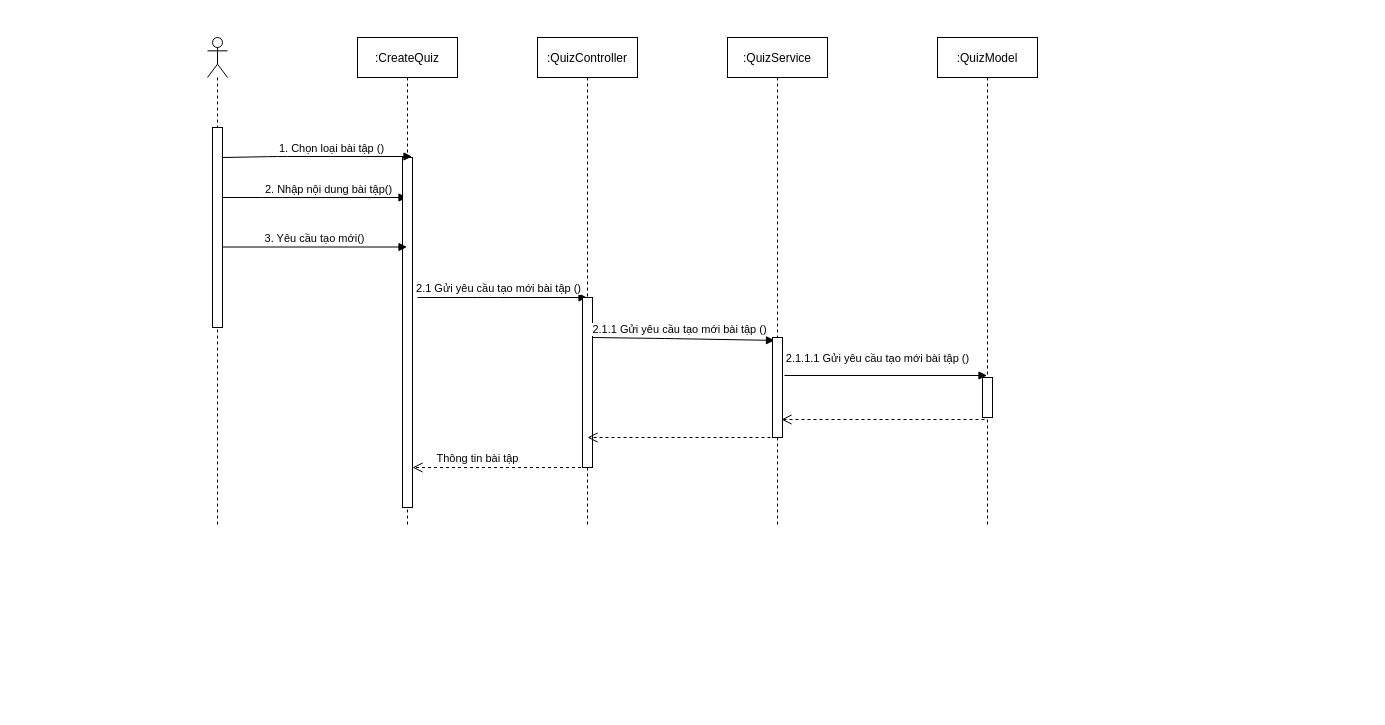
Before: page "Page-1" (1 of 11) of src/Untitled Diagram.drawio in Thuong911/vietStudy, a draw.io diagram. Source tidied: cells renumbered, new cells numbered last; positions are measured from the earlier drawing's top-left corner, leaving out a move shared by most shapes. Both pictures are drawn from the tidied source at 100%, with x=0, y=0 at pixel (207, 37).
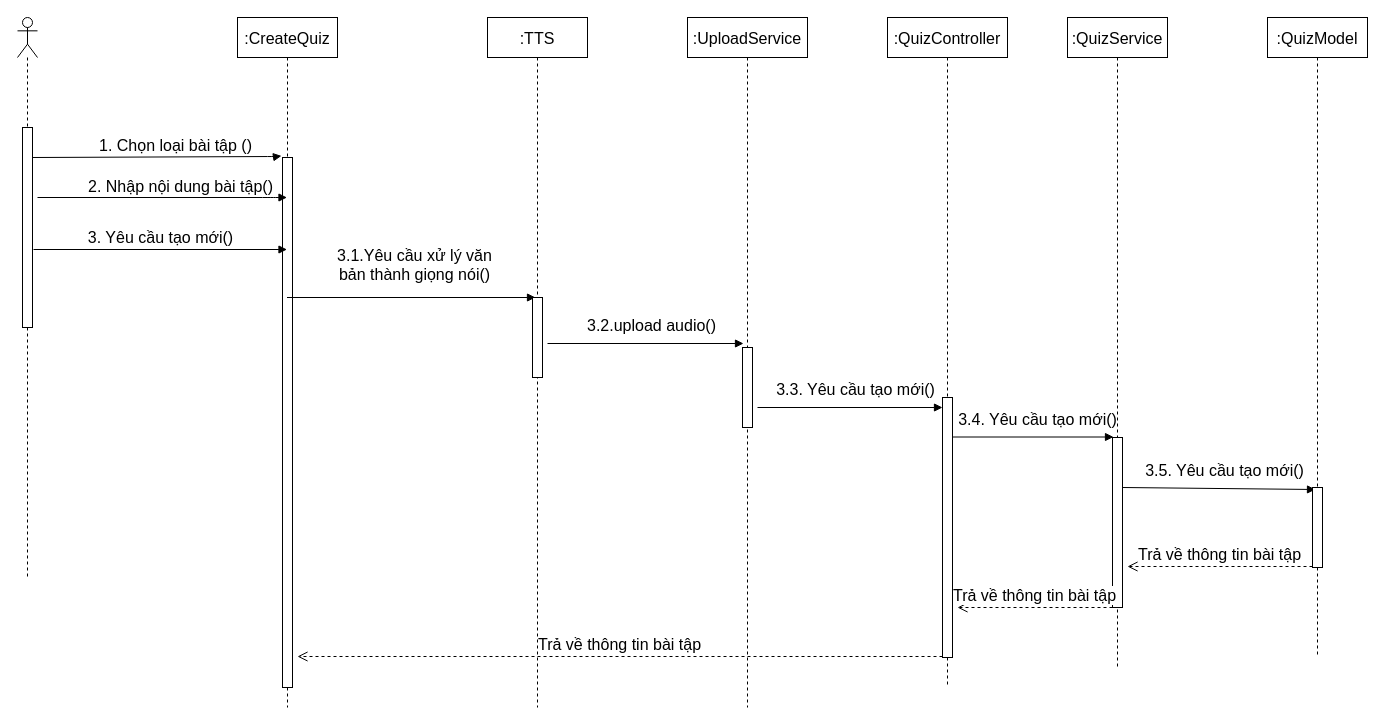
The same diagram, later.

The edit, as a diff of the source:
```diff
@@
-    <mxCell id="2" value=":CreateQuiz" style="shape=umlLifeline;perimeter=lifelinePerimeter;rounded=0;shadow=0;strokeWidth=1;" parent="1" vertex="1">
-      <mxGeometry x="150" width="100" height="490" as="geometry" />
+    <mxCell id="2" value=":CreateQuiz" style="shape=umlLifeline;perimeter=lifelinePerimeter;rounded=0;shadow=0;strokeWidth=1;fontSize=16;" parent="1" vertex="1">
+      <mxGeometry x="30" y="-20" width="100" height="690" as="geometry" />
     </mxCell>
+    <mxCell id="9" style="html=1;points=[];perimeter=orthogonalPerimeter;fontSize=16;" parent="2" vertex="1">
+      <mxGeometry x="45" y="140" width="10" height="530" as="geometry" />
+    </mxCell>
-    <mxCell id="3" value=":QuizController" style="shape=umlLifeline;perimeter=lifelinePerimeter;rounded=0;shadow=0;strokeWidth=1;" parent="1" vertex="1">
-      <mxGeometry x="330" width="100" height="490" as="geometry" />
+    <mxCell id="3" value=":QuizController" style="shape=umlLifeline;perimeter=lifelinePerimeter;rounded=0;shadow=0;strokeWidth=1;fontSize=16;" parent="1" vertex="1">
+      <mxGeometry x="680" y="-20" width="120" height="670" as="geometry" />
     </mxCell>
-    <mxCell id="4" value=":QuizService" style="shape=umlLifeline;perimeter=lifelinePerimeter;rounded=0;shadow=0;strokeWidth=1;" parent="1" vertex="1">
-      <mxGeometry x="520" width="100" height="490" as="geometry" />
+    <mxCell id="4" value=":QuizService" style="shape=umlLifeline;perimeter=lifelinePerimeter;rounded=0;shadow=0;strokeWidth=1;fontSize=16;" parent="1" vertex="1">
+      <mxGeometry x="860" y="-20" width="100" height="650" as="geometry" />
     </mxCell>
-    <mxCell id="5" value=":QuizModel" style="shape=umlLifeline;perimeter=lifelinePerimeter;rounded=0;shadow=0;strokeWidth=1;" parent="1" vertex="1">
-      <mxGeometry x="730" width="100" height="490" as="geometry" />
+    <mxCell id="5" value=":QuizModel" style="shape=umlLifeline;perimeter=lifelinePerimeter;rounded=0;shadow=0;strokeWidth=1;fontSize=16;" parent="1" vertex="1">
+      <mxGeometry x="1060" y="-20" width="100" height="640" as="geometry" />
     </mxCell>
-    <mxCell id="6" style="shape=umlLifeline;participant=umlActor;perimeter=lifelinePerimeter;whiteSpace=wrap;html=1;verticalAlign=top;spacingTop=36;" parent="1" vertex="1">
-      <mxGeometry width="20" height="490" as="geometry" />
+    <mxCell id="6" style="shape=umlLifeline;participant=umlActor;perimeter=lifelinePerimeter;whiteSpace=wrap;html=1;verticalAlign=top;spacingTop=36;fontSize=16;" parent="1" vertex="1">
+      <mxGeometry x="-190" y="-20" width="20" height="560" as="geometry" />
     </mxCell>
-    <mxCell id="7" style="html=1;points=[];perimeter=orthogonalPerimeter;" parent="1" vertex="1">
-      <mxGeometry x="5" y="90" width="10" height="200" as="geometry" />
+    <mxCell id="7" style="html=1;points=[];perimeter=orthogonalPerimeter;fontSize=16;" parent="1" vertex="1">
+      <mxGeometry x="-185" y="90" width="10" height="200" as="geometry" />
     </mxCell>
-    <mxCell id="8" value="2. Nhập nội dung bài tập()" style="html=1;verticalAlign=bottom;endArrow=block;" parent="1" edge="1" target="2">
+    <mxCell id="8" value="2. Nhập nội dung bài tập()" style="html=1;verticalAlign=bottom;endArrow=block;fontSize=16;" parent="1" edge="1" target="2">
       <mxGeometry x="0.15" y="-1" relative="1" as="geometry">
-        <mxPoint x="15" y="160" as="sourcePoint" />
+        <mxPoint x="-170" y="160" as="sourcePoint" />
         <Array as="points">
           <mxPoint x="65" y="160" />
         </Array>
       </mxGeometry>
     </mxCell>
-    <mxCell id="9" style="html=1;points=[];perimeter=orthogonalPerimeter;" parent="1" vertex="1">
-      <mxGeometry x="195" y="120" width="10" height="350" as="geometry" />
-    </mxCell>
-    <mxCell id="10" value="2.1 Gửi yêu cầu tạo mới bài tập ()" style="html=1;verticalAlign=bottom;endArrow=block;" parent="1" edge="1" target="3">
-      <mxGeometry x="-0.04" relative="1" as="geometry">
-        <mxPoint x="210" y="260" as="sourcePoint" />
-        <Array as="points">
-          <mxPoint x="280" y="260" />
-        </Array>
-      </mxGeometry>
-    </mxCell>
-    <mxCell id="11" value="3. Yêu cầu tạo mới()" style="html=1;verticalAlign=bottom;endArrow=block;" parent="1" edge="1" target="2">
-      <mxGeometry relative="1" as="geometry">
-        <mxPoint x="15" y="209.5" as="sourcePoint" />
-      </mxGeometry>
+    <mxCell id="11" value="3. Yêu cầu tạo mới()" style="html=1;verticalAlign=bottom;endArrow=block;exitX=1.1;exitY=0.61;exitDx=0;exitDy=0;exitPerimeter=0;fontSize=16;" parent="1" edge="1" source="7" target="2">
+      <mxGeometry relative="1" as="geometry" />
     </mxCell>
-    <mxCell id="12" style="html=1;perimeter=orthogonalPerimeter;" parent="1" vertex="1">
-      <mxGeometry x="375" y="260" width="10" height="170" as="geometry" />
-    </mxCell>
-    <mxCell id="13" value="2.1.1 Gửi yêu cầu tạo mới bài tập ()" style="html=1;verticalAlign=bottom;endArrow=block;exitX=1.3;exitY=0.66;exitDx=0;exitDy=0;exitPerimeter=0;entryX=0.2;entryY=0.029;entryDx=0;entryDy=0;entryPerimeter=0;" parent="1" edge="1" target="14">
-      <mxGeometry x="-0.04" relative="1" as="geometry">
-        <mxPoint x="385" y="300" as="sourcePoint" />
-        <Array as="points">
-          <mxPoint x="457" y="301" />
-        </Array>
-      </mxGeometry>
-    </mxCell>
-    <mxCell id="14" style="html=1;points=[];perimeter=orthogonalPerimeter;" parent="1" vertex="1">
-      <mxGeometry x="565" y="300" width="10" height="100" as="geometry" />
-    </mxCell>
-    <mxCell id="15" value="2.1.1.1 Gửi yêu cầu tạo mới bài tập ()" style="html=1;verticalAlign=bottom;endArrow=block;" parent="1" edge="1" target="5">
-      <mxGeometry x="-0.08" y="8" relative="1" as="geometry">
-        <mxPoint x="577" y="338" as="sourcePoint" />
-      </mxGeometry>
-    </mxCell>
-    <mxCell id="16" style="html=1;points=[];perimeter=orthogonalPerimeter;" parent="1" vertex="1">
-      <mxGeometry x="775" y="340" width="10" height="40" as="geometry" />
-    </mxCell>
-    <mxCell id="17" style="html=1;verticalAlign=bottom;endArrow=open;dashed=1;endSize=8;exitX=0.2;exitY=1.05;exitDx=0;exitDy=0;exitPerimeter=0;entryX=0.9;entryY=0.82;entryDx=0;entryDy=0;entryPerimeter=0;" parent="1" edge="1" source="16" target="14">
-      <mxGeometry x="-0.04" y="-12" relative="1" as="geometry" />
-    </mxCell>
-    <mxCell id="18" style="html=1;verticalAlign=bottom;endArrow=open;dashed=1;endSize=8;exitX=0.2;exitY=1.05;exitDx=0;exitDy=0;exitPerimeter=0;" parent="1" edge="1">
-      <mxGeometry x="-0.04" y="-12" relative="1" as="geometry">
-        <mxPoint x="575" y="400" as="sourcePoint" />
-        <mxPoint x="380" y="400" as="targetPoint" />
-      </mxGeometry>
-    </mxCell>
-    <mxCell id="19" value="Thông tin bài tập" style="html=1;verticalAlign=bottom;endArrow=open;dashed=1;endSize=8;" parent="1" edge="1" source="3">
-      <mxGeometry x="0.26" relative="1" as="geometry">
-        <mxPoint x="205" y="430" as="targetPoint" />
-      </mxGeometry>
-    </mxCell>
-    <mxCell id="20" value="1. Chọn loại bài tập ()" style="html=1;verticalAlign=bottom;endArrow=block;exitX=1;exitY=0.15;exitDx=0;exitDy=0;exitPerimeter=0;" parent="1" edge="1" source="7">
+    <mxCell id="20" value="1. Chọn loại bài tập ()" style="html=1;verticalAlign=bottom;endArrow=block;exitX=1;exitY=0.15;exitDx=0;exitDy=0;exitPerimeter=0;entryX=-0.1;entryY=-0.003;entryDx=0;entryDy=0;entryPerimeter=0;fontSize=16;" parent="1" edge="1" source="7" target="9">
       <mxGeometry x="0.15" y="-1" relative="1" as="geometry">
-        <mxPoint x="204.5" y="119" as="targetPoint" />
         <Array as="points">
           <mxPoint x="70" y="119" />
         </Array>
       </mxGeometry>
     </mxCell>
+    <mxCell id="21" value=":TTS" style="shape=umlLifeline;perimeter=lifelinePerimeter;rounded=0;shadow=0;strokeWidth=1;fontSize=16;" parent="1" vertex="1">
+      <mxGeometry x="280" y="-20" width="100" height="690" as="geometry" />
+    </mxCell>
+    <mxCell id="22" value=":UploadService" style="shape=umlLifeline;perimeter=lifelinePerimeter;rounded=0;shadow=0;strokeWidth=1;fontSize=16;" parent="1" vertex="1">
+      <mxGeometry x="480" y="-20" width="120" height="690" as="geometry" />
+    </mxCell>
+    <mxCell id="23" value="3.1.Yêu cầu xử lý văn &lt;br&gt;bản thành giọng nói()" style="html=1;verticalAlign=bottom;endArrow=block;entryX=0.3;entryY=0;entryDx=0;entryDy=0;entryPerimeter=0;fontSize=16;" parent="1" edge="1" source="2" target="24">
+      <mxGeometry x="0.02" y="11" relative="1" as="geometry" />
+    </mxCell>
+    <mxCell id="24" style="html=1;points=[];perimeter=orthogonalPerimeter;fontSize=16;" parent="1" vertex="1">
+      <mxGeometry x="325" y="260" width="10" height="80" as="geometry" />
+    </mxCell>
+    <mxCell id="25" value="3.2.upload audio()" style="html=1;verticalAlign=bottom;endArrow=block;fontSize=16;entryX=0.1;entryY=-0.05;entryDx=0;entryDy=0;entryPerimeter=0;" parent="1" edge="1" target="26">
+      <mxGeometry x="0.06" y="6" relative="1" as="geometry">
+        <mxPoint x="340" y="306" as="sourcePoint" />
+      </mxGeometry>
+    </mxCell>
+    <mxCell id="26" style="html=1;points=[];perimeter=orthogonalPerimeter;fontSize=16;" parent="1" vertex="1">
+      <mxGeometry x="535" y="310" width="10" height="80" as="geometry" />
+    </mxCell>
+    <mxCell id="27" value="3.3. Yêu cầu tạo mới()" style="html=1;verticalAlign=bottom;endArrow=block;fontSize=16;" parent="1" edge="1" target="28">
+      <mxGeometry x="0.06" y="6" relative="1" as="geometry">
+        <mxPoint x="550" y="370" as="sourcePoint" />
+      </mxGeometry>
+    </mxCell>
+    <mxCell id="28" style="html=1;points=[];perimeter=orthogonalPerimeter;fontSize=16;" parent="1" vertex="1">
+      <mxGeometry x="735" y="360" width="10" height="260" as="geometry" />
+    </mxCell>
+    <mxCell id="29" value="3.4. Yêu cầu tạo mới()" style="html=1;verticalAlign=bottom;endArrow=block;fontSize=16;entryX=0.1;entryY=-0.05;entryDx=0;entryDy=0;entryPerimeter=0;" parent="1" edge="1">
+      <mxGeometry x="0.06" y="6" relative="1" as="geometry">
+        <mxPoint x="745" y="399.5" as="sourcePoint" />
+        <mxPoint x="906" y="399.5" as="targetPoint" />
+      </mxGeometry>
+    </mxCell>
+    <mxCell id="30" style="html=1;perimeter=orthogonalPerimeter;fontSize=16;" parent="1" vertex="1">
+      <mxGeometry x="905" y="400" width="10" height="170" as="geometry" />
+    </mxCell>
+    <mxCell id="31" value="3.5. Yêu cầu tạo mới()" style="html=1;verticalAlign=bottom;endArrow=block;fontSize=16;entryX=0.3;entryY=0.025;entryDx=0;entryDy=0;entryPerimeter=0;" parent="1" edge="1" target="32">
+      <mxGeometry x="0.06" y="6" relative="1" as="geometry">
+        <mxPoint x="915" y="450" as="sourcePoint" />
+      </mxGeometry>
+    </mxCell>
+    <mxCell id="32" style="html=1;points=[];perimeter=orthogonalPerimeter;fontSize=16;" parent="1" vertex="1">
+      <mxGeometry x="1105" y="450" width="10" height="80" as="geometry" />
+    </mxCell>
+    <mxCell id="33" value="Trả về thông tin bài tập" style="html=1;verticalAlign=bottom;endArrow=open;dashed=1;endSize=8;fontSize=16;" parent="1" edge="1">
+      <mxGeometry relative="1" as="geometry">
+        <mxPoint x="1105" y="529" as="sourcePoint" />
+        <mxPoint x="920" y="529" as="targetPoint" />
+      </mxGeometry>
+    </mxCell>
+    <mxCell id="34" value="Trả về thông tin bài tập" style="html=1;verticalAlign=bottom;endArrow=open;dashed=1;endSize=8;fontSize=16;" parent="1" edge="1">
+      <mxGeometry relative="1" as="geometry">
+        <mxPoint x="905" y="570" as="sourcePoint" />
+        <mxPoint x="750" y="570" as="targetPoint" />
+      </mxGeometry>
+    </mxCell>
+    <mxCell id="35" value="Trả về thông tin bài tập" style="html=1;verticalAlign=bottom;endArrow=open;dashed=1;endSize=8;fontSize=16;" parent="1" edge="1">
+      <mxGeometry relative="1" as="geometry">
+        <mxPoint x="735" y="619" as="sourcePoint" />
+        <mxPoint x="90" y="619" as="targetPoint" />
+      </mxGeometry>
+    </mxCell>
```
